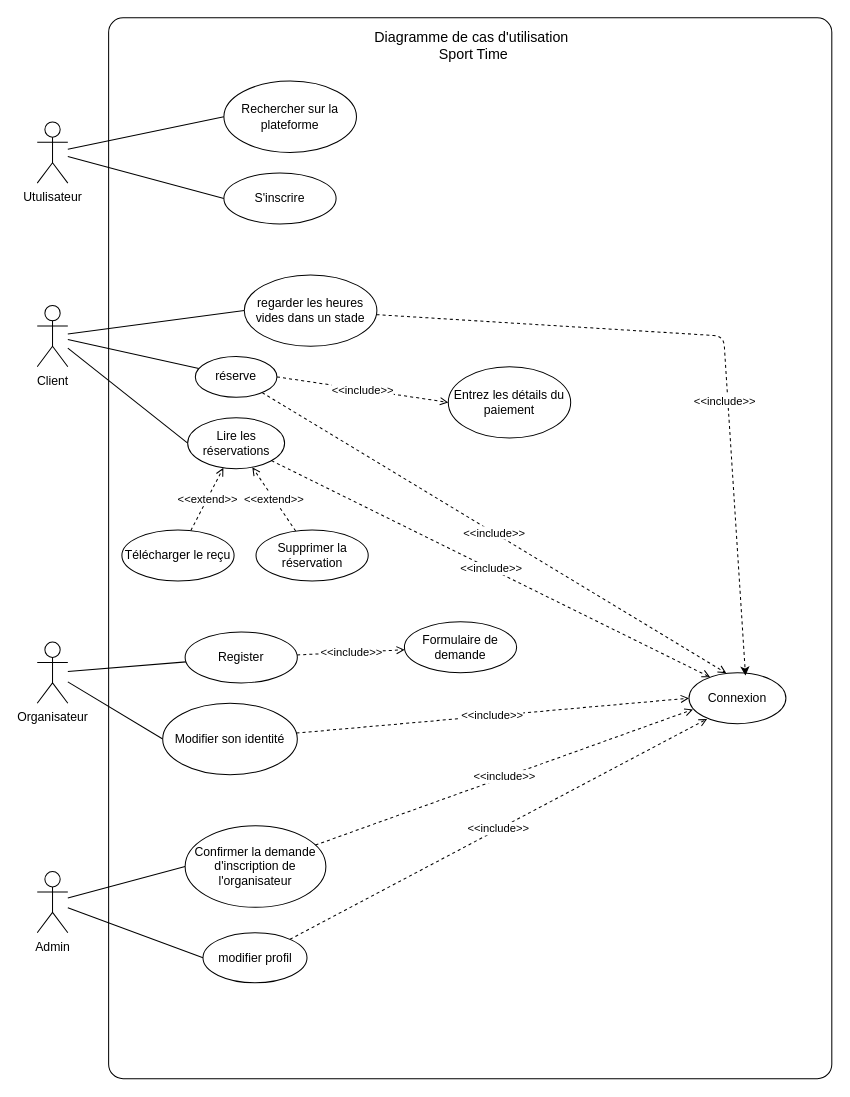
The draw.io diagram CDC & Consiption/useCase.drawio in StailiAbdessalam/file-roue-sport-time-, before the edit. Source tidied: cells renumbered, new cells numbered last; positions are measured from the earlier drawing's top-left corner, leaving out a move shared by most shapes. Both pictures are drawn from the tidied source at 102%, with x=0, y=0 at pixel (37, 17).
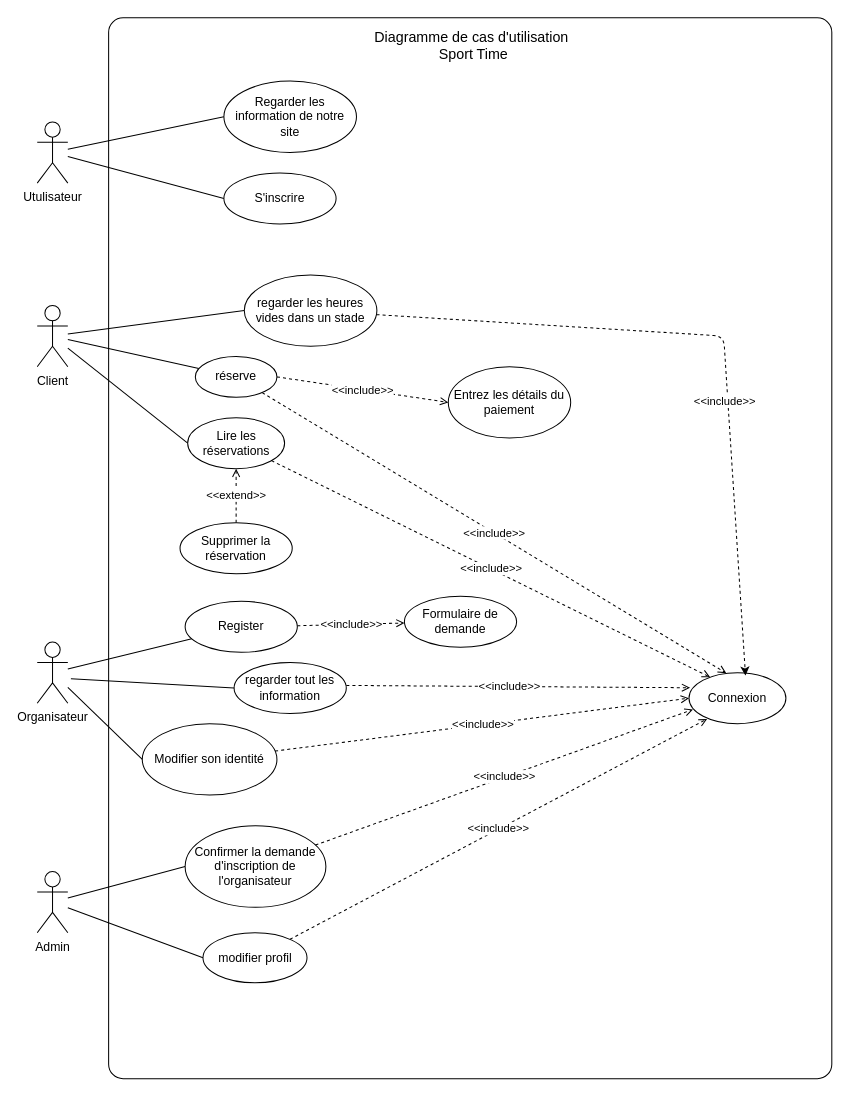
Above is the later version.

The change refers to these unchanged cells:
```xml
<mxCell id="12" value="Connexion" style="ellipse;whiteSpace=wrap;html=1;" parent="1" vertex="1">
  <mxGeometry x="639" y="642" width="95" height="50" as="geometry" />
</mxCell>
<mxCell id="19" value="Lire les réservations" style="ellipse;whiteSpace=wrap;html=1;" parent="1" vertex="1">
  <mxGeometry x="147.5" y="392" width="95" height="50" as="geometry" />
</mxCell>
```

Diff of the diagram source:
```diff
@@
     <mxCell id="30" value="Modifier son identité" style="ellipse;whiteSpace=wrap;html=1;" parent="1" vertex="1">
-      <mxGeometry x="123" y="672" width="132" height="70" as="geometry" />
+      <mxGeometry x="103" y="692" width="132" height="70" as="geometry" />
     </mxCell>
@@
-    <mxCell id="32" value="&amp;lt;&amp;lt;extend&amp;gt;&amp;gt;" style="edgeStyle=none;rounded=0;jettySize=auto;html=1;endArrow=open;endFill=0;dashed=1;" parent="1" edge="1" source="33" target="19">
-      <mxGeometry relative="1" as="geometry" />
-    </mxCell>
-    <mxCell id="33" value="&lt;span class=&quot;VIiyi&quot; lang=&quot;en&quot;&gt;Télécharger le reçu&lt;/span&gt;" style="ellipse;whiteSpace=wrap;html=1;" parent="1" vertex="1">
-      <mxGeometry x="83" y="502" width="110" height="50" as="geometry" />
-    </mxCell>
@@
     <mxCell id="35" value="Register" style="ellipse;whiteSpace=wrap;html=1;" parent="1" vertex="1">
-      <mxGeometry x="145" y="602" width="110" height="50" as="geometry" />
+      <mxGeometry x="145" y="572" width="110" height="50" as="geometry" />
     </mxCell>
     <mxCell id="36" value="Formulaire de demande" style="ellipse;whiteSpace=wrap;html=1;" parent="1" vertex="1">
-      <mxGeometry x="360" y="592" width="110" height="50" as="geometry" />
+      <mxGeometry x="360" y="567" width="110" height="50" as="geometry" />
     </mxCell>
-    <mxCell id="37" value="Rechercher sur la plateforme" style="ellipse;whiteSpace=wrap;html=1;" parent="1" vertex="1">
+    <mxCell id="37" value="Regarder les information de notre site" style="ellipse;whiteSpace=wrap;html=1;" parent="1" vertex="1">
       <mxGeometry x="183" y="62" width="130" height="70" as="geometry" />
     </mxCell>
@@
     <mxCell id="39" value="Supprimer la réservation" style="ellipse;whiteSpace=wrap;html=1;" parent="1" vertex="1">
-      <mxGeometry x="214.5" y="502" width="110" height="50" as="geometry" />
+      <mxGeometry x="140" y="495" width="110" height="50" as="geometry" />
     </mxCell>
@@
+    <mxCell id="43" value="regarder tout les information" style="ellipse;whiteSpace=wrap;html=1;" parent="1" vertex="1">
+      <mxGeometry x="193" y="632" width="110" height="50" as="geometry" />
+    </mxCell>
+    <mxCell id="44" style="edgeStyle=none;rounded=0;jettySize=auto;html=1;endArrow=none;endFill=0;entryX=0;entryY=0.5;entryDx=0;entryDy=0;" parent="1" edge="1" target="43">
+      <mxGeometry relative="1" as="geometry">
+        <mxPoint x="33" y="648" as="sourcePoint" />
+      </mxGeometry>
+    </mxCell>
+    <mxCell id="45" value="&amp;lt;&amp;lt;include&amp;gt;&amp;gt;" style="edgeStyle=none;rounded=0;jettySize=auto;html=1;dashed=1;endArrow=open;endFill=0;entryX=0.011;entryY=0.295;entryDx=0;entryDy=0;entryPerimeter=0;" parent="1" edge="1" target="12">
+      <mxGeometry x="-0.05" y="1" relative="1" as="geometry">
+        <mxPoint x="303" y="654.5" as="sourcePoint" />
+      </mxGeometry>
+    </mxCell>
```
